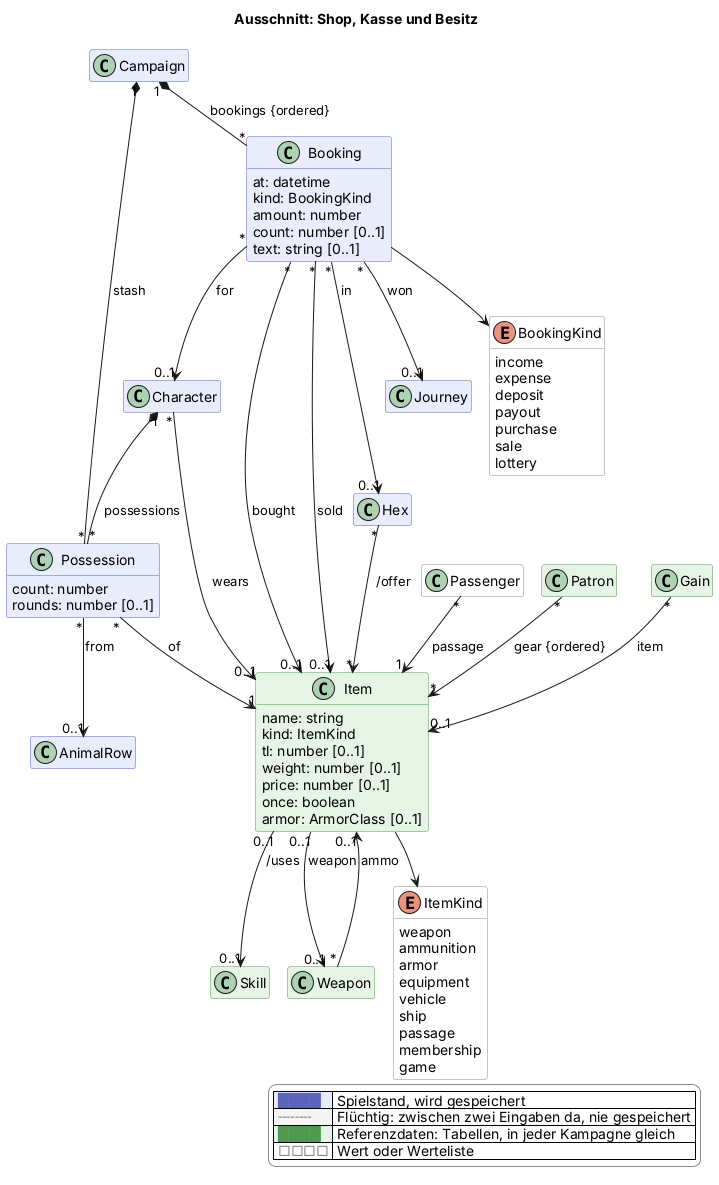
The PlantUML diagram docs/views/shop.png in scuzzar/SRE, before a commit.
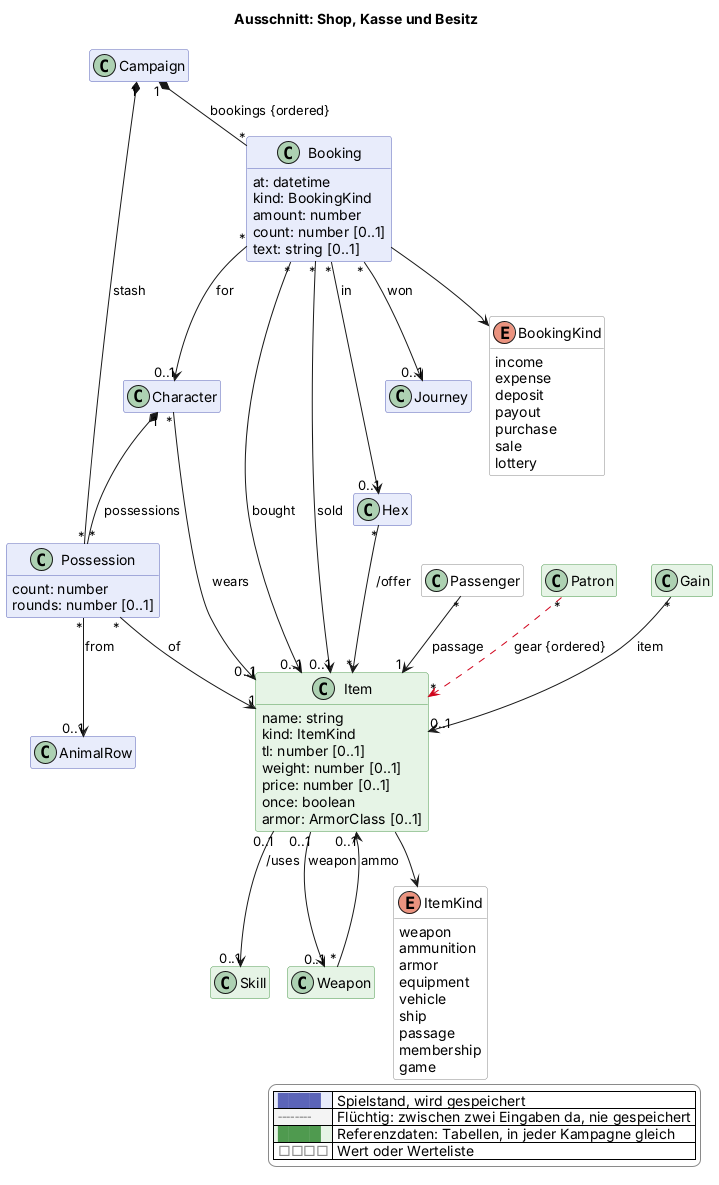
After the commit.

The edit, as a diff of the source:
```diff
@@ -147,7 +147,7 @@
 Weapon "*" --> "0..1" Item : ammo
 Hex "*" --> "*" Item : /offer
 
-Patron "*" --> "*" Item : gear {ordered}
+Patron "*" -$goneArrow("2026-11-14b")-> "*" Item : gear {ordered}
 Possession "*" --> "0..1" AnimalRow : from
 
 
```
